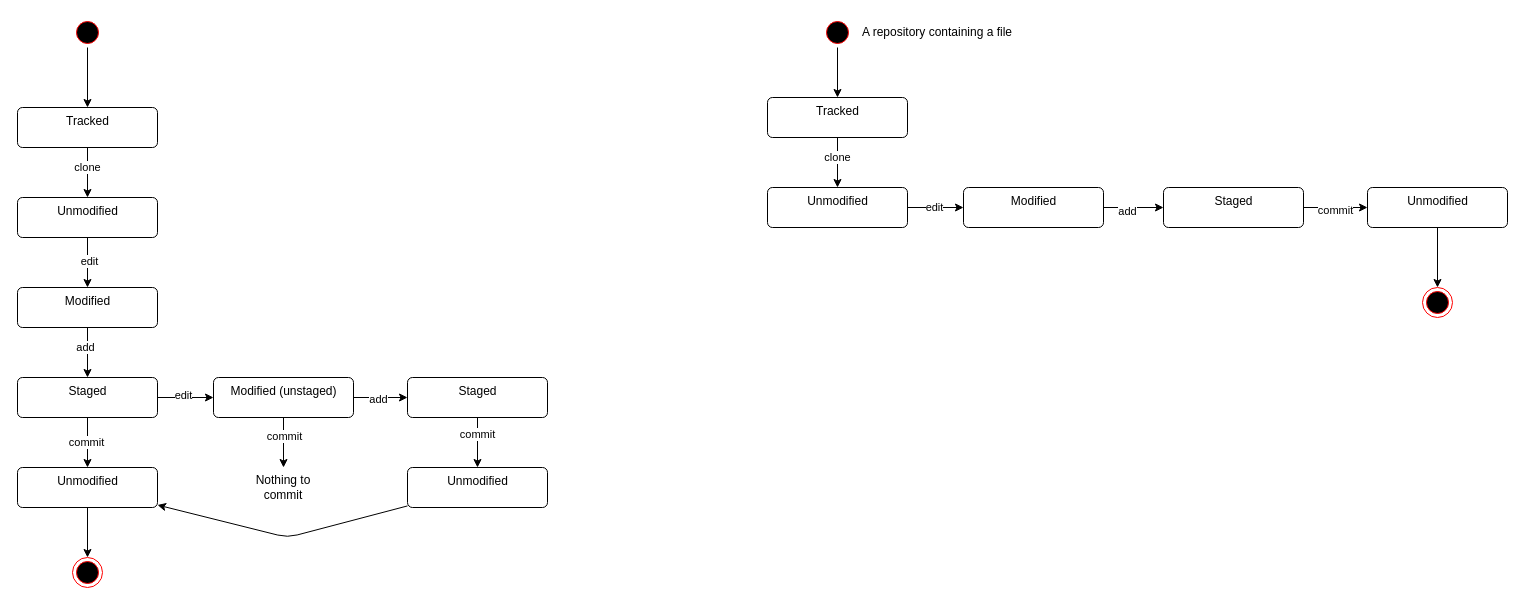
This is diagrams/Exercise 4.1.drawio from ThomasBavn/BDSA-assignment-03, a draw.io file, before an edit. Source tidied: cells renumbered, new cells numbered last; positions are measured from the earlier drawing's top-left corner, leaving out a move shared by most shapes. Both pictures are drawn from the tidied source at 100%, with x=0, y=0 at pixel (17, 17).
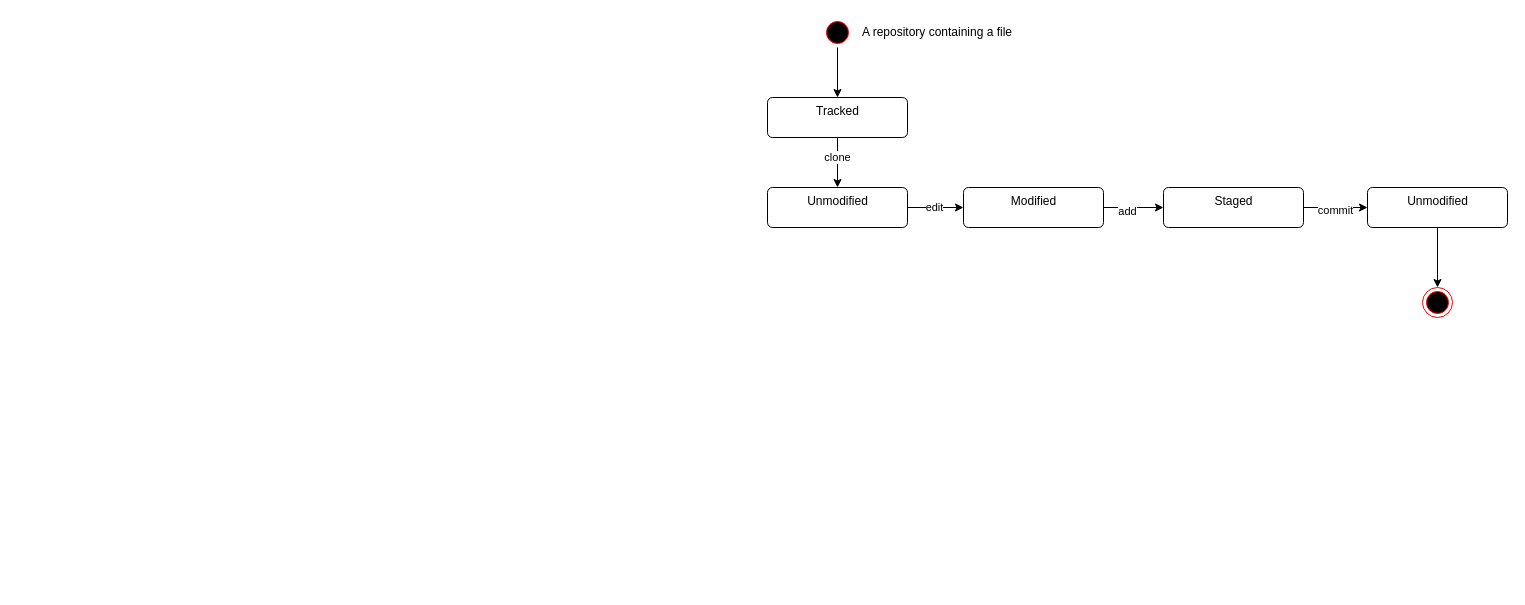
The same diagram, later.

The edit, as a diff of the source:
```diff
@@
-    <mxCell id="2" style="edgeStyle=none;html=1;entryX=0.5;entryY=0;entryDx=0;entryDy=0;" parent="1" edge="1" source="3" target="12">
-      <mxGeometry relative="1" as="geometry" />
-    </mxCell>
-    <mxCell id="3" style="ellipse;html=1;shape=startState;fillColor=#000000;strokeColor=#ff0000;" parent="1" vertex="1">
-      <mxGeometry x="55" width="30" height="30" as="geometry" />
-    </mxCell>
-    <mxCell id="4" style="edgeStyle=none;html=1;" parent="1" edge="1" source="6" target="9">
-      <mxGeometry relative="1" as="geometry" />
-    </mxCell>
-    <mxCell id="5" value="edit" style="edgeLabel;html=1;align=center;verticalAlign=middle;" parent="4" vertex="1">
-      <mxGeometry x="-0.07" y="1" relative="1" as="geometry" />
-    </mxCell>
-    <mxCell id="6" value="Unmodified" style="html=1;align=center;verticalAlign=top;rounded=1;absoluteArcSize=1;arcSize=10;dashed=0;" parent="1" vertex="1">
-      <mxGeometry y="180" width="140" height="40" as="geometry" />
-    </mxCell>
-    <mxCell id="7" style="edgeStyle=none;html=1;" parent="1" edge="1" source="9" target="17">
-      <mxGeometry relative="1" as="geometry" />
-    </mxCell>
-    <mxCell id="8" value="add" style="edgeLabel;html=1;align=center;verticalAlign=middle;" parent="7" vertex="1">
-      <mxGeometry x="-0.23" y="-3" relative="1" as="geometry" />
-    </mxCell>
-    <mxCell id="9" value="Modified" style="html=1;align=center;verticalAlign=top;rounded=1;absoluteArcSize=1;arcSize=10;dashed=0;" parent="1" vertex="1">
-      <mxGeometry y="270" width="140" height="40" as="geometry" />
-    </mxCell>
-    <mxCell id="10" style="edgeStyle=none;html=1;entryX=0.5;entryY=0;entryDx=0;entryDy=0;" parent="1" edge="1" source="12" target="6">
-      <mxGeometry relative="1" as="geometry" />
-    </mxCell>
-    <mxCell id="11" value="clone" style="edgeLabel;html=1;align=center;verticalAlign=middle;" parent="10" vertex="1">
-      <mxGeometry x="-0.25" relative="1" as="geometry">
-        <mxPoint x="-1" as="offset" />
-      </mxGeometry>
-    </mxCell>
-    <mxCell id="12" value="Tracked" style="html=1;align=center;verticalAlign=top;rounded=1;absoluteArcSize=1;arcSize=10;dashed=0;" parent="1" vertex="1">
-      <mxGeometry y="90" width="140" height="40" as="geometry" />
-    </mxCell>
-    <mxCell id="13" style="edgeStyle=none;html=1;" parent="1" edge="1" source="17" target="19">
-      <mxGeometry relative="1" as="geometry" />
-    </mxCell>
-    <mxCell id="14" value="commit" style="edgeLabel;html=1;align=center;verticalAlign=middle;" parent="13" vertex="1">
-      <mxGeometry x="-0.03" y="-2" relative="1" as="geometry" />
-    </mxCell>
-    <mxCell id="15" style="edgeStyle=none;html=1;" parent="1" edge="1" source="17" target="24">
-      <mxGeometry relative="1" as="geometry" />
-    </mxCell>
-    <mxCell id="16" value="edit" style="edgeLabel;html=1;align=center;verticalAlign=middle;" parent="15" vertex="1">
-      <mxGeometry x="-0.12" y="3" relative="1" as="geometry" />
-    </mxCell>
-    <mxCell id="17" value="Staged" style="html=1;align=center;verticalAlign=top;rounded=1;absoluteArcSize=1;arcSize=10;dashed=0;" parent="1" vertex="1">
-      <mxGeometry y="360" width="140" height="40" as="geometry" />
-    </mxCell>
-    <mxCell id="18" style="edgeStyle=none;html=1;" parent="1" edge="1" source="19" target="31">
-      <mxGeometry relative="1" as="geometry" />
-    </mxCell>
-    <mxCell id="19" value="Unmodified" style="html=1;align=center;verticalAlign=top;rounded=1;absoluteArcSize=1;arcSize=10;dashed=0;" parent="1" vertex="1">
-      <mxGeometry y="450" width="140" height="40" as="geometry" />
-    </mxCell>
-    <mxCell id="20" style="edgeStyle=none;html=1;" parent="1" edge="1" source="24">
-      <mxGeometry relative="1" as="geometry">
-        <mxPoint x="266" y="450" as="targetPoint" />
-      </mxGeometry>
-    </mxCell>
-    <mxCell id="21" value="commit" style="edgeLabel;html=1;align=center;verticalAlign=middle;" parent="20" vertex="1">
-      <mxGeometry x="-0.3" relative="1" as="geometry" />
-    </mxCell>
-    <mxCell id="22" style="edgeStyle=none;html=1;" parent="1" edge="1" source="24" target="28">
-      <mxGeometry relative="1" as="geometry" />
-    </mxCell>
-    <mxCell id="23" value="add" style="edgeLabel;html=1;align=center;verticalAlign=middle;" parent="22" vertex="1">
-      <mxGeometry x="-0.1" y="-1" relative="1" as="geometry" />
-    </mxCell>
-    <mxCell id="24" value="Modified (unstaged)" style="html=1;align=center;verticalAlign=top;rounded=1;absoluteArcSize=1;arcSize=10;dashed=0;" parent="1" vertex="1">
-      <mxGeometry x="196" y="360" width="140" height="40" as="geometry" />
-    </mxCell>
-    <mxCell id="25" value="Nothing to commit" style="text;html=1;strokeColor=none;fillColor=none;align=center;verticalAlign=middle;whiteSpace=wrap;rounded=0;" parent="1" vertex="1">
-      <mxGeometry x="236" y="455" width="60" height="30" as="geometry" />
-    </mxCell>
-    <mxCell id="26" style="edgeStyle=none;html=1;" parent="1" edge="1" source="28" target="30">
-      <mxGeometry relative="1" as="geometry" />
-    </mxCell>
-    <mxCell id="27" value="commit" style="edgeLabel;html=1;align=center;verticalAlign=middle;" parent="26" vertex="1">
-      <mxGeometry x="-0.38" y="-1" relative="1" as="geometry" />
-    </mxCell>
-    <mxCell id="28" value="Staged" style="html=1;align=center;verticalAlign=top;rounded=1;absoluteArcSize=1;arcSize=10;dashed=0;" parent="1" vertex="1">
-      <mxGeometry x="390" y="360" width="140" height="40" as="geometry" />
-    </mxCell>
-    <mxCell id="29" style="edgeStyle=none;html=1;" parent="1" edge="1" source="30" target="19">
-      <mxGeometry relative="1" as="geometry">
-        <Array as="points">
-          <mxPoint x="270" y="520" />
-        </Array>
-      </mxGeometry>
-    </mxCell>
-    <mxCell id="30" value="Unmodified" style="html=1;align=center;verticalAlign=top;rounded=1;absoluteArcSize=1;arcSize=10;dashed=0;" parent="1" vertex="1">
-      <mxGeometry x="390" y="450" width="140" height="40" as="geometry" />
-    </mxCell>
-    <mxCell id="31" style="ellipse;html=1;shape=endState;fillColor=#000000;strokeColor=#ff0000;" parent="1" vertex="1">
-      <mxGeometry x="55" y="540" width="30" height="30" as="geometry" />
-    </mxCell>
```
